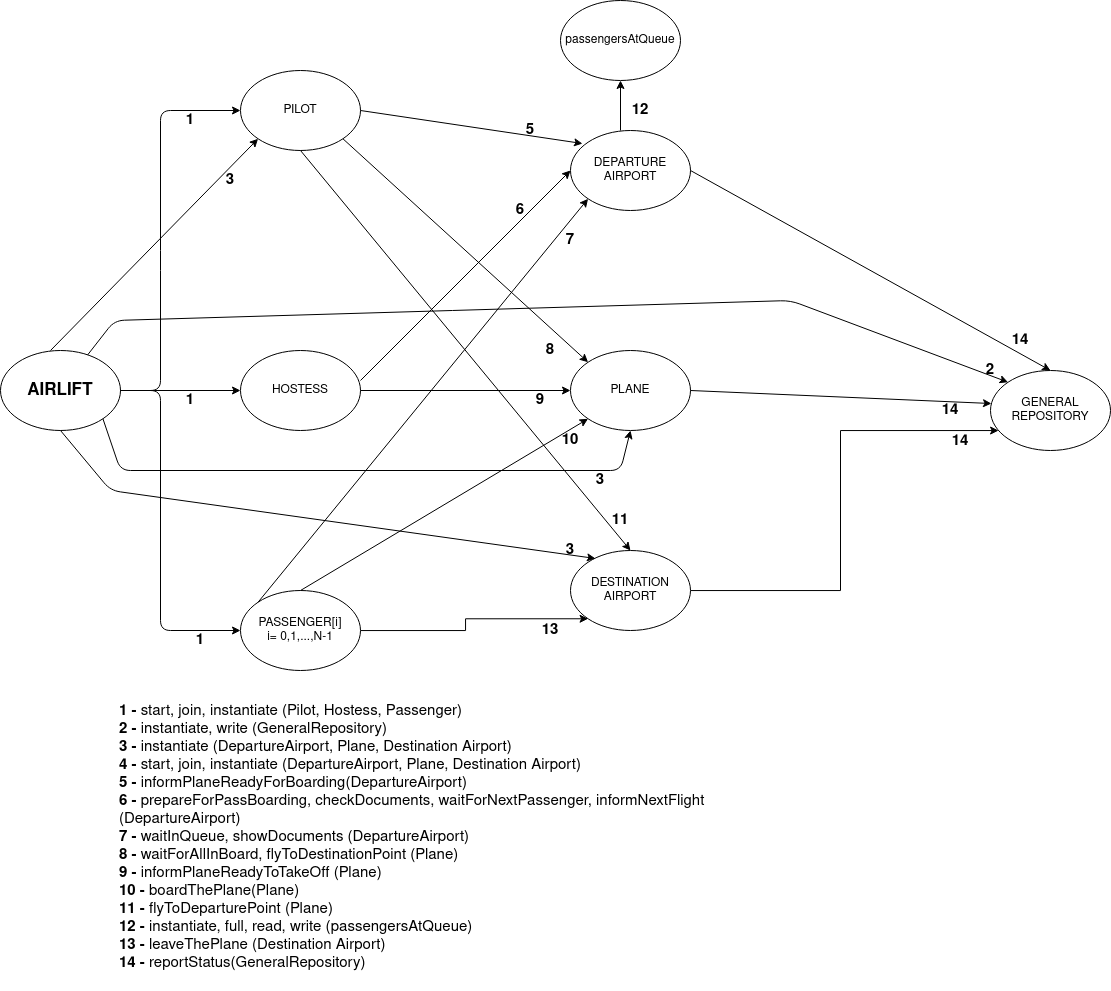
Earlier version of the draw.io export assignment1/diagram.png (MarianaPinto17/SD). Source tidied: cells renumbered, new cells last; positions are measured from the earlier drawing's top-left corner, leaving out a move shared by most shapes.
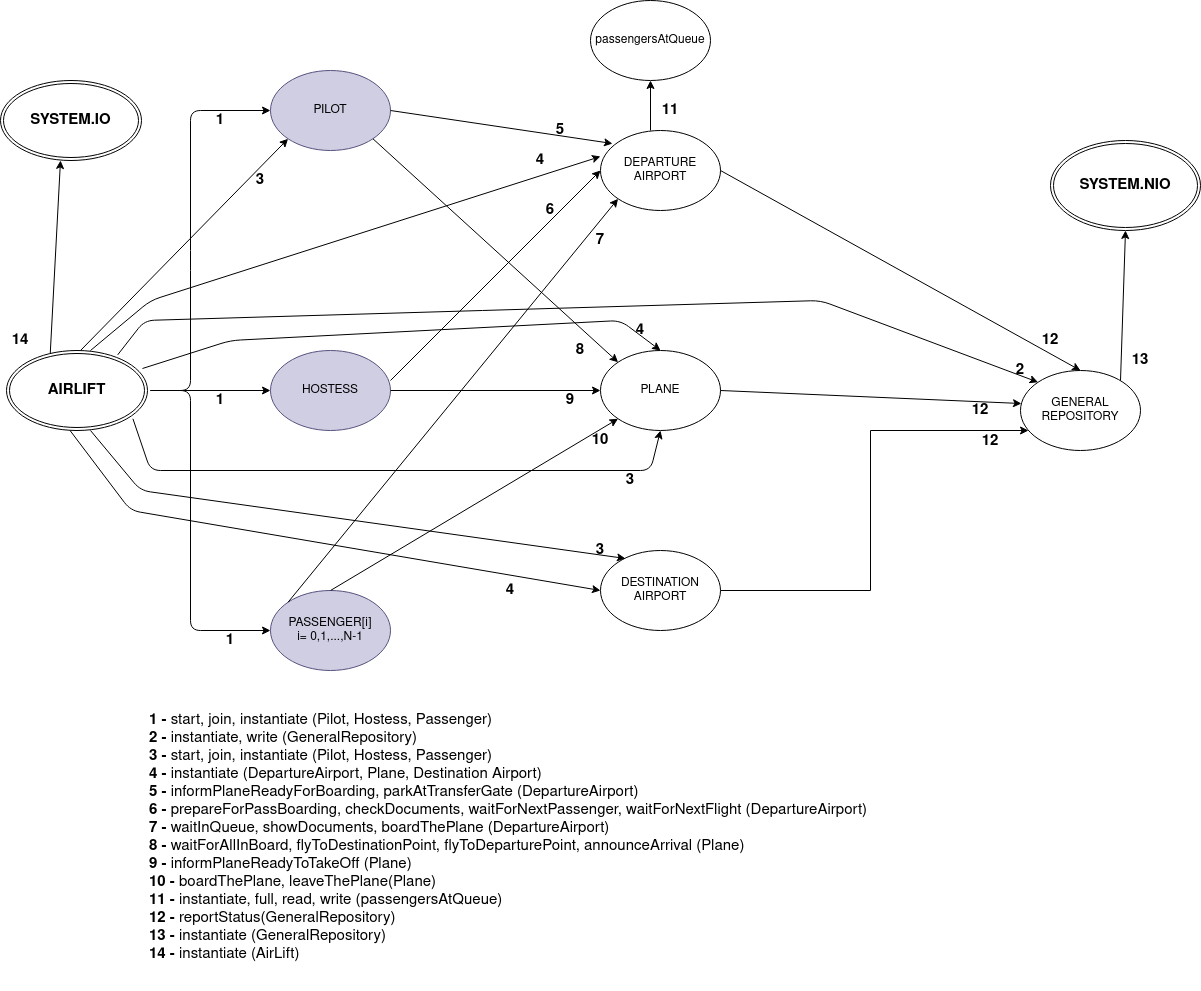
Later version of the same file.

Change to the diagram source:
```diff
@@ -2,16 +2,13 @@
   <root>
     <mxCell id="0" />
     <mxCell id="1" parent="0" />
-    <mxCell id="2" style="ellipse;whiteSpace=wrap;html=1;" parent="1" vertex="1">
+    <mxCell id="2" style="ellipse;whiteSpace=wrap;html=1;fillColor=#d0cee2;strokeColor=#56517e;" parent="1" vertex="1">
       <mxGeometry x="240" y="70" width="120" height="80" as="geometry" />
     </mxCell>
-    <mxCell id="3" style="ellipse;whiteSpace=wrap;html=1;" parent="1" vertex="1">
+    <mxCell id="3" style="ellipse;whiteSpace=wrap;html=1;fillColor=#d0cee2;strokeColor=#56517e;" parent="1" vertex="1">
       <mxGeometry x="240" y="350" width="120" height="80" as="geometry" />
     </mxCell>
-    <mxCell id="4" style="edgeStyle=orthogonalEdgeStyle;rounded=0;jettySize=auto;html=1;entryX=0;entryY=1;entryDx=0;entryDy=0;" parent="1" edge="1" source="5" target="16">
-      <mxGeometry relative="1" as="geometry" />
-    </mxCell>
-    <mxCell id="5" style="ellipse;whiteSpace=wrap;html=1;" parent="1" vertex="1">
+    <mxCell id="5" style="ellipse;whiteSpace=wrap;html=1;fillColor=#d0cee2;strokeColor=#56517e;" parent="1" vertex="1">
       <mxGeometry x="240" y="590" width="120" height="80" as="geometry" />
     </mxCell>
     <mxCell id="6" value="PILOT" style="text;html=1;strokeColor=none;fillColor=none;align=center;verticalAlign=middle;whiteSpace=wrap;rounded=0;" parent="1" vertex="1">
@@ -23,9 +20,6 @@
     <mxCell id="8" value="&lt;div&gt;&lt;font style=&quot;font-size: 12px&quot;&gt;PASSENGER[i] i= 0,1,...,N-1&lt;/font&gt;&lt;/div&gt;" style="text;html=1;fillColor=none;align=center;verticalAlign=middle;whiteSpace=wrap;rounded=0;strokeWidth=1;" parent="1" vertex="1">
       <mxGeometry x="280" y="620" width="40" height="20" as="geometry" />
     </mxCell>
-    <mxCell id="9" value="&lt;font size=&quot;1&quot;&gt;&lt;b style=&quot;font-size: 17px&quot;&gt;AIRLIFT&lt;/b&gt;&lt;/font&gt;" style="ellipse;whiteSpace=wrap;html=1;strokeColor=#000000;strokeWidth=1;" parent="1" vertex="1">
-      <mxGeometry y="350" width="120" height="80" as="geometry" />
-    </mxCell>
     <mxCell id="10" style="endArrow=classic;html=1;entryX=0;entryY=0.5;entryDx=0;entryDy=0;" parent="1" edge="1" target="2">
       <mxGeometry relative="1" as="geometry">
         <mxPoint x="120" y="390" as="sourcePoint" />
@@ -79,11 +73,12 @@
     <mxCell id="20" value="&lt;font style=&quot;font-size: 15px&quot;&gt;&lt;b&gt;1&lt;/b&gt;&lt;/font&gt;" style="text;html=1;strokeColor=none;fillColor=none;align=center;verticalAlign=middle;whiteSpace=wrap;rounded=0;" parent="1" vertex="1">
       <mxGeometry x="180" y="630" width="40" height="20" as="geometry" />
     </mxCell>
-    <mxCell id="21" value="&lt;div style=&quot;font-size: 15px&quot;&gt;&lt;font style=&quot;font-size: 15px&quot;&gt;&lt;b&gt;1 - &lt;/b&gt;start, join, instantiate (Pilot, Hostess, Passenger)&lt;/font&gt;&lt;/div&gt;&lt;div style=&quot;font-size: 15px&quot;&gt;&lt;font style=&quot;font-size: 15px&quot;&gt;&lt;b&gt;2 - &lt;/b&gt;instantiate, write (GeneralRepository)&lt;/font&gt;&lt;/div&gt;&lt;div style=&quot;font-size: 15px&quot;&gt;&lt;font style=&quot;font-size: 15px&quot;&gt;&lt;b&gt;3 -&lt;/b&gt; instantiate (DepartureAirport, Plane, Destination Airport)&lt;/font&gt;&lt;/div&gt;&lt;div style=&quot;font-size: 15px&quot;&gt;&lt;font style=&quot;font-size: 15px&quot;&gt;&lt;b&gt;4 - &lt;/b&gt;start, join, instantiate (DepartureAirport, Plane, Destination Airport)&lt;br&gt;&lt;/font&gt;&lt;/div&gt;&lt;div style=&quot;font-size: 15px&quot;&gt;&lt;font style=&quot;font-size: 15px&quot;&gt;&lt;b&gt;5 - &lt;/b&gt;informPlaneReadyForBoarding(DepartureAirport)&lt;/font&gt;&lt;/div&gt;&lt;div style=&quot;font-size: 15px&quot;&gt;&lt;font style=&quot;font-size: 15px&quot;&gt;&lt;b&gt;6 - &lt;/b&gt;prepareForPassBoarding, checkDocuments, waitForNextPassenger, informNextFlight (DepartureAirport)&lt;br&gt;&lt;/font&gt;&lt;/div&gt;&lt;div style=&quot;font-size: 15px&quot;&gt;&lt;font style=&quot;font-size: 15px&quot;&gt;&lt;b&gt;7 - &lt;/b&gt;waitInQueue, showDocuments (DepartureAirport)&lt;br&gt;&lt;/font&gt;&lt;/div&gt;&lt;div style=&quot;font-size: 15px&quot;&gt;&lt;font style=&quot;font-size: 15px&quot;&gt;&lt;b&gt;8 - &lt;/b&gt;waitForAllInBoard, flyToDestinationPoint (Plane)&lt;br&gt;&lt;/font&gt;&lt;/div&gt;&lt;div style=&quot;font-size: 15px&quot;&gt;&lt;font style=&quot;font-size: 15px&quot;&gt;&lt;b&gt;9 - &lt;/b&gt;informPlaneReadyToTakeOff (Plane) &lt;br&gt;&lt;/font&gt;&lt;/div&gt;&lt;div style=&quot;font-size: 15px&quot;&gt;&lt;font style=&quot;font-size: 15px&quot;&gt;&lt;b&gt;10 - &lt;/b&gt;boardThePlane(Plane)&lt;/font&gt;&lt;/div&gt;&lt;div style=&quot;font-size: 15px&quot;&gt;&lt;font style=&quot;font-size: 15px&quot;&gt;&lt;b&gt;11 -&lt;/b&gt; flyToDeparturePoint (Plane)&lt;br&gt;&lt;/font&gt;&lt;/div&gt;&lt;div style=&quot;font-size: 15px&quot;&gt;&lt;font style=&quot;font-size: 15px&quot;&gt;&lt;b&gt;12 -&lt;/b&gt; instantiate, full, read, write (passengersAtQueue)&lt;br&gt;&lt;/font&gt;&lt;/div&gt;&lt;div style=&quot;font-size: 15px&quot;&gt;&lt;font style=&quot;font-size: 15px&quot;&gt;&lt;b&gt;13 -&lt;/b&gt; leaveThePlane (Destination Airport)&lt;/font&gt;&lt;/div&gt;&lt;div style=&quot;font-size: 15px&quot;&gt;&lt;font style=&quot;font-size: 15px&quot;&gt;&lt;b&gt;14 - &lt;/b&gt;reportStatus(GeneralRepository)&lt;/font&gt;&lt;br&gt;&lt;/div&gt;&lt;div&gt;&lt;br&gt;&lt;/div&gt;" style="text;html=1;strokeColor=none;fillColor=none;align=left;verticalAlign=middle;whiteSpace=wrap;rounded=0;" parent="1" vertex="1">
-      <mxGeometry x="117" y="700" width="710" height="290" as="geometry" />
+    <mxCell id="21" value="&lt;div style=&quot;font-size: 15px&quot;&gt;&lt;font style=&quot;font-size: 15px&quot;&gt;&lt;b&gt;1 - &lt;/b&gt;start, join, instantiate (Pilot, Hostess, Passenger)&lt;/font&gt;&lt;/div&gt;&lt;div style=&quot;font-size: 15px&quot;&gt;&lt;font style=&quot;font-size: 15px&quot;&gt;&lt;b&gt;2 - &lt;/b&gt;instantiate, write (GeneralRepository)&lt;/font&gt;&lt;/div&gt;&lt;div style=&quot;font-size: 15px&quot;&gt;&lt;font style=&quot;font-size: 15px&quot;&gt;&lt;b&gt;3 -&lt;/b&gt; &lt;/font&gt;&lt;font style=&quot;font-size: 15px&quot;&gt;&lt;font style=&quot;font-size: 15px&quot;&gt;start, join, instantiate&lt;/font&gt; (&lt;/font&gt;&lt;font style=&quot;font-size: 15px&quot;&gt;&lt;font style=&quot;font-size: 15px&quot;&gt;Pilot, Hostess, Passenger&lt;/font&gt;)&lt;/font&gt;&lt;/div&gt;&lt;div style=&quot;font-size: 15px&quot;&gt;&lt;font style=&quot;font-size: 15px&quot;&gt;&lt;b&gt;4 - &lt;/b&gt;instantiate (DepartureAirport, Plane, Destination Airport)&lt;br&gt;&lt;/font&gt;&lt;/div&gt;&lt;div style=&quot;font-size: 15px&quot;&gt;&lt;font style=&quot;font-size: 15px&quot;&gt;&lt;b&gt;5 - &lt;/b&gt;informPlaneReadyForBoarding, parkAtTransferGate (DepartureAirport)&lt;/font&gt;&lt;/div&gt;&lt;div style=&quot;font-size: 15px&quot;&gt;&lt;font style=&quot;font-size: 15px&quot;&gt;&lt;b&gt;6 - &lt;/b&gt;prepareForPassBoarding, checkDocuments, waitForNextPassenger, waitForNextFlight (DepartureAirport)&lt;br&gt;&lt;/font&gt;&lt;/div&gt;&lt;div style=&quot;font-size: 15px&quot;&gt;&lt;font style=&quot;font-size: 15px&quot;&gt;&lt;b&gt;7 - &lt;/b&gt;waitInQueue, showDocuments, boardThePlane (DepartureAirport)&lt;br&gt;&lt;/font&gt;&lt;/div&gt;&lt;div style=&quot;font-size: 15px&quot;&gt;&lt;font style=&quot;font-size: 15px&quot;&gt;&lt;b&gt;8 - &lt;/b&gt;waitForAllInBoard, flyToDestinationPoint, flyToDeparturePoint, announceArrival (Plane)&lt;br&gt;&lt;/font&gt;&lt;/div&gt;&lt;div style=&quot;font-size: 15px&quot;&gt;&lt;font style=&quot;font-size: 15px&quot;&gt;&lt;b&gt;9 - &lt;/b&gt;informPlaneReadyToTakeOff (Plane) &lt;br&gt;&lt;/font&gt;&lt;/div&gt;&lt;div style=&quot;font-size: 15px&quot;&gt;&lt;font style=&quot;font-size: 15px&quot;&gt;&lt;b&gt;10 - &lt;/b&gt;boardThePlane, &lt;/font&gt;&lt;font style=&quot;font-size: 15px&quot;&gt;&lt;font style=&quot;font-size: 15px&quot;&gt;leaveThePlane&lt;/font&gt;(Plane)&lt;/font&gt;&lt;/div&gt;&lt;div style=&quot;font-size: 15px&quot;&gt;&lt;font style=&quot;font-size: 15px&quot;&gt;&lt;b&gt;11 -&lt;/b&gt; instantiate, full, read, write (passengersAtQueue)&lt;br&gt;&lt;/font&gt;&lt;/div&gt;&lt;div style=&quot;font-size: 15px&quot;&gt;&lt;font style=&quot;font-size: 15px&quot;&gt;&lt;b&gt;12 - &lt;/b&gt;reportStatus(GeneralRepository)&lt;/font&gt;&lt;/div&gt;&lt;div style=&quot;font-size: 15px&quot;&gt;&lt;font style=&quot;font-size: 15px&quot;&gt;&lt;b&gt;13 - &lt;/b&gt;instantiate (GeneralRepository)&lt;br&gt;&lt;/font&gt;&lt;/div&gt;&lt;div style=&quot;font-size: 15px&quot;&gt;&lt;font style=&quot;font-size: 15px&quot;&gt;&lt;b&gt;14 - &lt;/b&gt;instantiate (AirLift)&lt;br&gt;&lt;/font&gt;&lt;/div&gt;&lt;div&gt;&lt;br&gt;&lt;/div&gt;" style="text;html=1;strokeColor=none;fillColor=none;align=left;verticalAlign=middle;whiteSpace=wrap;rounded=0;" parent="1" vertex="1">
+      <mxGeometry x="117" y="700" width="823" height="290" as="geometry" />
     </mxCell>
-    <mxCell id="22" style="endArrow=classic;html=1;entryX=0;entryY=0;entryDx=0;entryDy=0;" parent="1" edge="1" source="9" target="17">
+    <mxCell id="22" style="endArrow=classic;html=1;entryX=0;entryY=0;entryDx=0;entryDy=0;" parent="1" edge="1" target="17">
       <mxGeometry relative="1" as="geometry">
+        <mxPoint x="87.2" y="354.3" as="sourcePoint" />
         <Array as="points">
           <mxPoint x="114" y="320" />
           <mxPoint x="790" y="300" />
@@ -111,8 +106,9 @@
     <mxCell id="29" value="&lt;div style=&quot;font-size: 15px&quot;&gt;&lt;b&gt;&lt;font style=&quot;font-size: 15px&quot;&gt;3&lt;/font&gt;&lt;/b&gt;&lt;/div&gt;" style="text;html=1;strokeColor=none;fillColor=none;align=center;verticalAlign=middle;whiteSpace=wrap;rounded=0;" parent="1" vertex="1">
       <mxGeometry x="550" y="540" width="40" height="20" as="geometry" />
     </mxCell>
-    <mxCell id="30" style="endArrow=classic;html=1;exitX=1;exitY=1;exitDx=0;exitDy=0;entryX=0.5;entryY=1;entryDx=0;entryDy=0;" parent="1" edge="1" source="9" target="14">
+    <mxCell id="30" style="endArrow=classic;html=1;exitX=1;exitY=1;exitDx=0;exitDy=0;entryX=0.5;entryY=1;entryDx=0;entryDy=0;" parent="1" edge="1" target="14">
       <mxGeometry relative="1" as="geometry">
+        <mxPoint x="102.4" y="418.3" as="sourcePoint" />
         <Array as="points">
           <mxPoint x="120" y="470" />
           <mxPoint x="620" y="470" />
@@ -132,8 +128,9 @@
         <mxPoint x="360" y="380" as="sourcePoint" />
       </mxGeometry>
     </mxCell>
-    <mxCell id="34" style="endArrow=classic;html=1;entryX=0.208;entryY=0.1;entryDx=0;entryDy=0;entryPerimeter=0;exitX=0.5;exitY=1;exitDx=0;exitDy=0;" parent="1" edge="1" source="9" target="16">
+    <mxCell id="34" style="endArrow=classic;html=1;entryX=0.208;entryY=0.1;entryDx=0;entryDy=0;entryPerimeter=0;exitX=0.5;exitY=1;exitDx=0;exitDy=0;" parent="1" edge="1" target="16">
       <mxGeometry relative="1" as="geometry">
+        <mxPoint x="60" y="430" as="sourcePoint" />
         <Array as="points">
           <mxPoint x="110" y="490" />
         </Array>
@@ -160,28 +157,19 @@
     <mxCell id="41" value="&lt;font size=&quot;1&quot;&gt;&lt;b style=&quot;font-size: 15px&quot;&gt;10&lt;/b&gt;&lt;/font&gt;" style="text;html=1;strokeColor=none;fillColor=none;align=center;verticalAlign=middle;whiteSpace=wrap;rounded=0;" parent="1" vertex="1">
       <mxGeometry x="550" y="430" width="40" height="20" as="geometry" />
     </mxCell>
-    <mxCell id="42" style="endArrow=classic;html=1;exitX=0.5;exitY=1;exitDx=0;exitDy=0;entryX=0.5;entryY=0;entryDx=0;entryDy=0;" parent="1" edge="1" source="2" target="16">
-      <mxGeometry relative="1" as="geometry" />
-    </mxCell>
-    <mxCell id="43" value="&lt;font size=&quot;1&quot;&gt;&lt;b style=&quot;font-size: 15px&quot;&gt;11&lt;/b&gt;&lt;/font&gt;" style="text;html=1;strokeColor=none;fillColor=none;align=center;verticalAlign=middle;whiteSpace=wrap;rounded=0;" parent="1" vertex="1">
-      <mxGeometry x="600" y="510" width="40" height="20" as="geometry" />
-    </mxCell>
-    <mxCell id="44" value="&lt;font size=&quot;1&quot;&gt;&lt;b style=&quot;font-size: 15px&quot;&gt;12&lt;/b&gt;&lt;/font&gt;" style="text;html=1;strokeColor=none;fillColor=none;align=center;verticalAlign=middle;whiteSpace=wrap;rounded=0;" parent="1" vertex="1">
+    <mxCell id="44" value="&lt;font size=&quot;1&quot;&gt;&lt;b style=&quot;font-size: 15px&quot;&gt;11&lt;/b&gt;&lt;/font&gt;" style="text;html=1;strokeColor=none;fillColor=none;align=center;verticalAlign=middle;whiteSpace=wrap;rounded=0;" parent="1" vertex="1">
       <mxGeometry x="620" y="100" width="40" height="20" as="geometry" />
     </mxCell>
-    <mxCell id="45" value="&lt;font size=&quot;1&quot;&gt;&lt;b style=&quot;font-size: 15px&quot;&gt;13&lt;/b&gt;&lt;/font&gt;" style="text;html=1;strokeColor=none;fillColor=none;align=center;verticalAlign=middle;whiteSpace=wrap;rounded=0;" parent="1" vertex="1">
-      <mxGeometry x="530" y="620" width="40" height="20" as="geometry" />
-    </mxCell>
     <mxCell id="46" style="endArrow=classic;html=1;exitX=1;exitY=0.5;exitDx=0;exitDy=0;entryX=0.5;entryY=0;entryDx=0;entryDy=0;" parent="1" edge="1" source="13" target="17">
       <mxGeometry relative="1" as="geometry" />
     </mxCell>
     <mxCell id="47" style="endArrow=classic;html=1;exitX=1;exitY=0.5;exitDx=0;exitDy=0;entryX=0.008;entryY=0.413;entryDx=0;entryDy=0;entryPerimeter=0;" parent="1" edge="1" source="14" target="17">
       <mxGeometry relative="1" as="geometry" />
     </mxCell>
-    <mxCell id="48" value="&lt;font size=&quot;1&quot;&gt;&lt;b style=&quot;font-size: 15px&quot;&gt;14&lt;/b&gt;&lt;/font&gt;" style="text;html=1;strokeColor=none;fillColor=none;align=center;verticalAlign=middle;whiteSpace=wrap;rounded=0;" parent="1" vertex="1">
+    <mxCell id="48" value="&lt;font style=&quot;font-size: 15px&quot;&gt;&lt;b&gt;12&lt;/b&gt;&lt;/font&gt;" style="text;html=1;strokeColor=none;fillColor=none;align=center;verticalAlign=middle;whiteSpace=wrap;rounded=0;" parent="1" vertex="1">
       <mxGeometry x="1000" y="330" width="40" height="20" as="geometry" />
     </mxCell>
-    <mxCell id="49" value="&lt;font size=&quot;1&quot;&gt;&lt;b style=&quot;font-size: 15px&quot;&gt;14&lt;/b&gt;&lt;/font&gt;" style="text;html=1;strokeColor=none;fillColor=none;align=center;verticalAlign=middle;whiteSpace=wrap;rounded=0;" parent="1" vertex="1">
+    <mxCell id="49" value="&lt;font size=&quot;1&quot;&gt;&lt;b style=&quot;font-size: 15px&quot;&gt;12&lt;/b&gt;&lt;/font&gt;" style="text;html=1;strokeColor=none;fillColor=none;align=center;verticalAlign=middle;whiteSpace=wrap;rounded=0;" parent="1" vertex="1">
       <mxGeometry x="930" y="400" width="40" height="20" as="geometry" />
     </mxCell>
     <mxCell id="50" style="endArrow=classic;html=1;" parent="1" edge="1" target="51">
@@ -192,8 +180,68 @@
     <mxCell id="51" value="passengersAtQueue" style="ellipse;whiteSpace=wrap;html=1;strokeColor=#000000;strokeWidth=1;" parent="1" vertex="1">
       <mxGeometry x="560" width="120" height="80" as="geometry" />
     </mxCell>
-    <mxCell id="52" value="&lt;font size=&quot;1&quot;&gt;&lt;b style=&quot;font-size: 15px&quot;&gt;14&lt;/b&gt;&lt;/font&gt;" style="text;html=1;strokeColor=none;fillColor=none;align=center;verticalAlign=middle;whiteSpace=wrap;rounded=0;" parent="1" vertex="1">
+    <mxCell id="52" value="&lt;font size=&quot;1&quot;&gt;&lt;b style=&quot;font-size: 15px&quot;&gt;12&lt;/b&gt;&lt;/font&gt;" style="text;html=1;strokeColor=none;fillColor=none;align=center;verticalAlign=middle;whiteSpace=wrap;rounded=0;" parent="1" vertex="1">
       <mxGeometry x="940" y="431" width="40" height="20" as="geometry" />
     </mxCell>
+    <mxCell id="53" style="endArrow=classic;html=1;entryX=0.5;entryY=1;entryDx=0;entryDy=0;exitX=0.09;exitY=0.171;exitDx=0;exitDy=0;exitPerimeter=0;" parent="1" edge="1">
+      <mxGeometry relative="1" as="geometry">
+        <mxPoint x="19" y="367" as="sourcePoint" />
+        <mxPoint x="30" y="160" as="targetPoint" />
+      </mxGeometry>
+    </mxCell>
+    <mxCell id="54" style="endArrow=classic;html=1;exitX=0.5;exitY=0;exitDx=0;exitDy=0;entryX=0;entryY=0.325;entryDx=0;entryDy=0;entryPerimeter=0;" parent="1" edge="1" target="13">
+      <mxGeometry relative="1" as="geometry">
+        <mxPoint x="60" y="350" as="sourcePoint" />
+        <Array as="points">
+          <mxPoint x="120" y="300" />
+        </Array>
+      </mxGeometry>
+    </mxCell>
+    <mxCell id="55" style="endArrow=classic;html=1;exitX=0.317;exitY=0.975;exitDx=0;exitDy=0;entryX=0;entryY=0.5;entryDx=0;entryDy=0;exitPerimeter=0;" parent="1" edge="1" target="16">
+      <mxGeometry relative="1" as="geometry">
+        <mxPoint x="38" y="428" as="sourcePoint" />
+        <Array as="points">
+          <mxPoint x="100" y="510" />
+        </Array>
+      </mxGeometry>
+    </mxCell>
+    <mxCell id="56" style="endArrow=classic;html=1;exitX=0.933;exitY=0.225;exitDx=0;exitDy=0;exitPerimeter=0;entryX=0.5;entryY=0;entryDx=0;entryDy=0;" parent="1" edge="1" target="14">
+      <mxGeometry relative="1" as="geometry">
+        <mxPoint x="112" y="368" as="sourcePoint" />
+        <Array as="points">
+          <mxPoint x="200" y="340" />
+          <mxPoint x="590" y="320" />
+        </Array>
+      </mxGeometry>
+    </mxCell>
+    <mxCell id="57" value="&lt;font size=&quot;1&quot;&gt;&lt;b style=&quot;font-size: 15px&quot;&gt;4&lt;/b&gt;&lt;/font&gt;" style="text;html=1;strokeColor=none;fillColor=none;align=center;verticalAlign=middle;whiteSpace=wrap;rounded=0;" parent="1" vertex="1">
+      <mxGeometry x="590" y="320" width="40" height="20" as="geometry" />
+    </mxCell>
+    <mxCell id="58" value="&lt;font size=&quot;1&quot;&gt;&lt;b style=&quot;font-size: 15px&quot;&gt;4&lt;/b&gt;&lt;/font&gt;" style="text;html=1;strokeColor=none;fillColor=none;align=center;verticalAlign=middle;whiteSpace=wrap;rounded=0;" parent="1" vertex="1">
+      <mxGeometry x="490" y="150" width="40" height="20" as="geometry" />
+    </mxCell>
+    <mxCell id="59" value="&lt;font size=&quot;1&quot;&gt;&lt;b style=&quot;font-size: 15px&quot;&gt;4&lt;/b&gt;&lt;/font&gt;" style="text;html=1;strokeColor=none;fillColor=none;align=center;verticalAlign=middle;whiteSpace=wrap;rounded=0;" parent="1" vertex="1">
+      <mxGeometry x="460" y="580" width="40" height="20" as="geometry" />
+    </mxCell>
+    <mxCell id="9" value="&lt;font size=&quot;1&quot;&gt;&lt;b style=&quot;font-size: 15px&quot;&gt;AIRLIFT&lt;/b&gt;&lt;/font&gt;" style="ellipse;shape=doubleEllipse;margin=3;whiteSpace=wrap;html=1;align=center;" parent="1" vertex="1">
+      <mxGeometry x="-24" y="350" width="141" height="80" as="geometry" />
+    </mxCell>
+    <mxCell id="60" value="&lt;font size=&quot;1&quot;&gt;&lt;b style=&quot;font-size: 15px&quot;&gt;SYSTEM.IO&lt;/b&gt;&lt;/font&gt;" style="ellipse;shape=doubleEllipse;margin=3;whiteSpace=wrap;html=1;align=center;" parent="1" vertex="1">
+      <mxGeometry x="-30" y="80" width="141" height="80" as="geometry" />
+    </mxCell>
+    <mxCell id="61" value="&lt;font style=&quot;font-size: 15px&quot;&gt;&lt;b&gt;SYSTEM.NIO&lt;/b&gt;&lt;/font&gt;" style="ellipse;shape=doubleEllipse;margin=3;whiteSpace=wrap;html=1;align=center;" parent="1" vertex="1">
+      <mxGeometry x="1020" y="140" width="150" height="90" as="geometry" />
+    </mxCell>
+    <mxCell id="62" style="endArrow=classic;html=1;entryX=0.5;entryY=1;entryDx=0;entryDy=0;" parent="1" edge="1" target="61">
+      <mxGeometry relative="1" as="geometry">
+        <mxPoint x="1090" y="380" as="sourcePoint" />
+      </mxGeometry>
+    </mxCell>
+    <mxCell id="63" value="&lt;font size=&quot;1&quot;&gt;&lt;b style=&quot;font-size: 15px&quot;&gt;14&lt;/b&gt;&lt;/font&gt;" style="text;html=1;strokeColor=none;fillColor=none;align=center;verticalAlign=middle;whiteSpace=wrap;rounded=0;" parent="1" vertex="1">
+      <mxGeometry x="-30" y="330" width="40" height="20" as="geometry" />
+    </mxCell>
+    <mxCell id="45" value="&lt;div&gt;&lt;font size=&quot;1&quot;&gt;&lt;b style=&quot;font-size: 15px&quot;&gt;13&lt;/b&gt;&lt;/font&gt;&lt;/div&gt;" style="text;html=1;strokeColor=none;fillColor=none;align=center;verticalAlign=middle;whiteSpace=wrap;rounded=0;" parent="1" vertex="1">
+      <mxGeometry x="1090" y="350" width="40" height="20" as="geometry" />
+    </mxCell>
   </root>
 </mxGraphModel>
```
